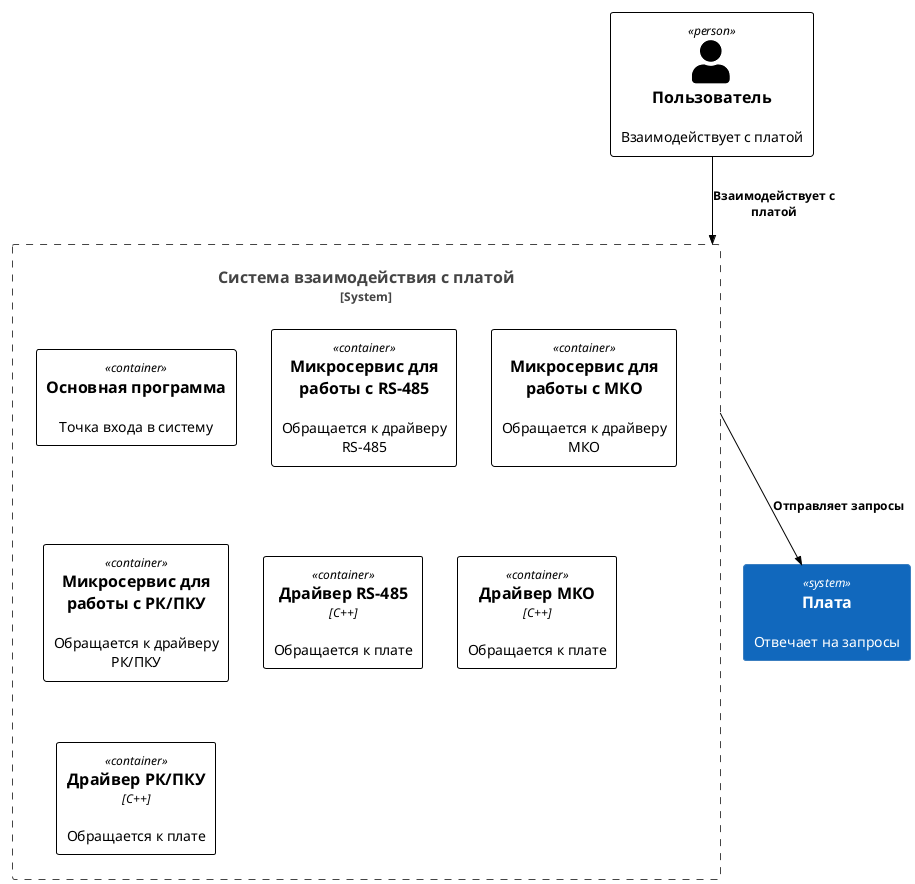
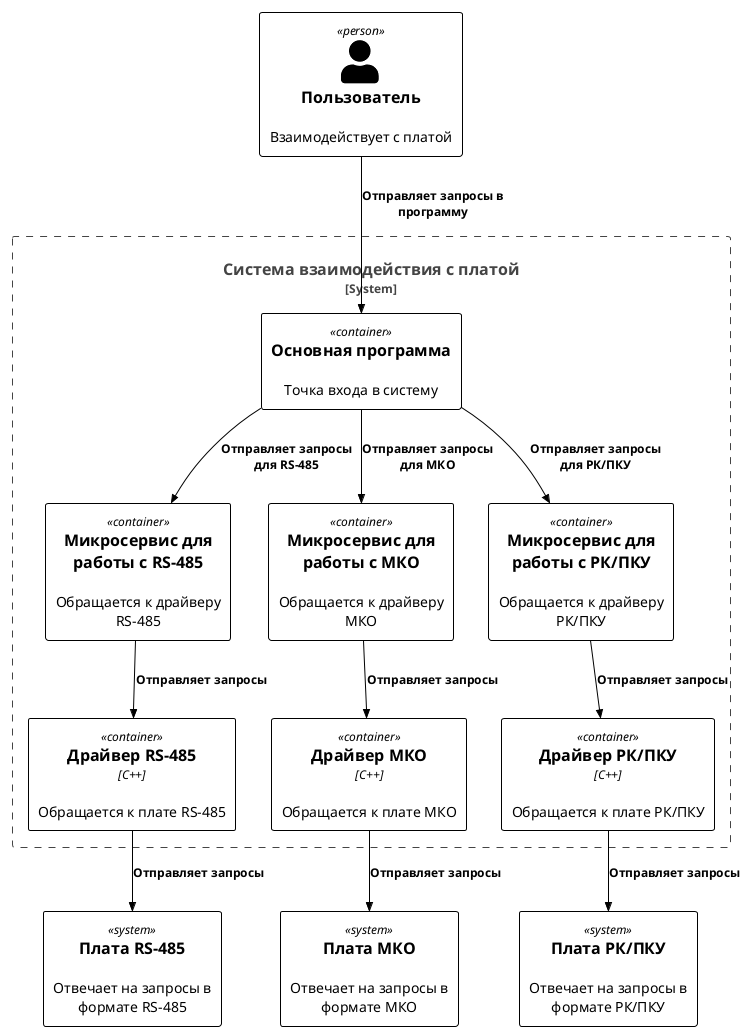
- @startuml l_2
+ @startuml c_2

!include <C4/C4_Container>

!theme plain

UpdateElementStyle(Person, $borderColor="#000000", $fontColor="#000000", $bgColor="#ffffff")
+ UpdateElementStyle(System, $borderColor="#000000", $fontColor="#000000", $bgColor="#ffffff")
UpdateElementStyle(Container, $borderColor="#000000", $fontColor="#000000", $bgColor="#ffffff")


Person(user, "Пользователь", "Взаимодействует с платой")

System_Boundary(workplace, "Система взаимодействия с платой") {
    Container(main, "Основная программа", "", "Точка входа в систему")
    Container(rs485_service, "Микросервис для работы с RS-485", "", "Обращается к драйверу RS-485")
    Container(mko_service, "Микросервис для работы с МКО", "", "Обращается к драйверу МКО")
    Container(pku_service, "Микросервис для работы с РК/ПКУ", "", "Обращается к драйверу РК/ПКУ")
-     Container(rs485_driver, "Драйвер RS-485", "С++", "Обращается к плате")
-     Container(mko_driver, "Драйвер МКО", "С++", "Обращается к плате")
-     Container(pku_driver, "Драйвер РК/ПКУ", "C++", "Обращается к плате")
+     Container(rs485_driver, "Драйвер RS-485", "С++", "Обращается к плате RS-485")
+     Container(mko_driver, "Драйвер МКО", "С++", "Обращается к плате МКО")
+     Container(pku_driver, "Драйвер РК/ПКУ", "C++", "Обращается к плате РК/ПКУ")
}

+ System(rs485_board, "Плата RS-485", "Отвечает на запросы в формате RS-485")
+ System(mko_board, "Плата МКО", "Отвечает на запросы в формате МКО")
+ System(pku_board, "Плата РК/ПКУ", "Отвечает на запросы в формате РК/ПКУ")

- System(board, "Плата", "Отвечает на запросы")
+ Rel(user, main, "Отправляет запросы в программу")

- Rel(user, workplace, "Взаимодействует с платой")
- Rel(workplace, board, "Отправляет запросы")
+ Rel(main, rs485_service, "Отправляет запросы для RS-485")
+ Rel(main, mko_service, "Отправляет запросы для МКО")
+ Rel(main, pku_service, "Отправляет запросы для РК/ПКУ")

+ Rel(rs485_service, rs485_driver, "Отправляет запросы")
+ 
+ Rel(mko_service, mko_driver, "Отправляет запросы")
+ 
+ Rel(pku_service, pku_driver, "Отправляет запросы")
+ 
+ Rel(rs485_driver, rs485_board, "Отправляет запросы")
+ 
+ Rel(mko_driver, mko_board, "Отправляет запросы")
+ 
+ Rel(pku_driver, pku_board, "Отправляет запросы")

@enduml